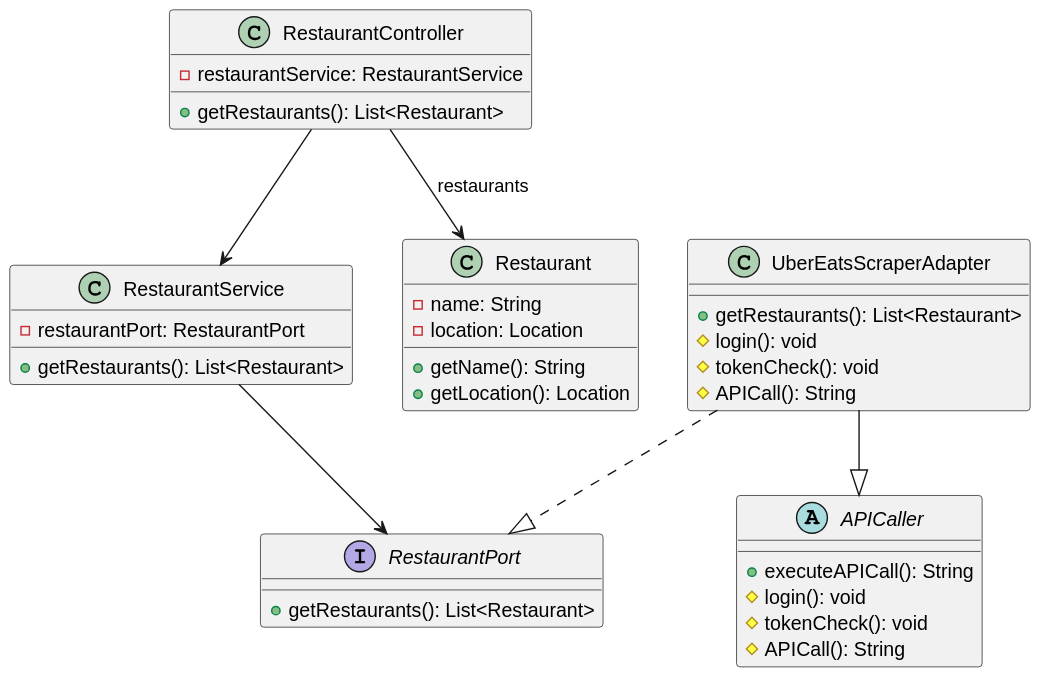
This is software-guidebook/ontwerpvraag-eva/class-diagram-eva.svg from AIM-ENE-feb25/triptop-beca, a PlantUML export, as it was before one commit.
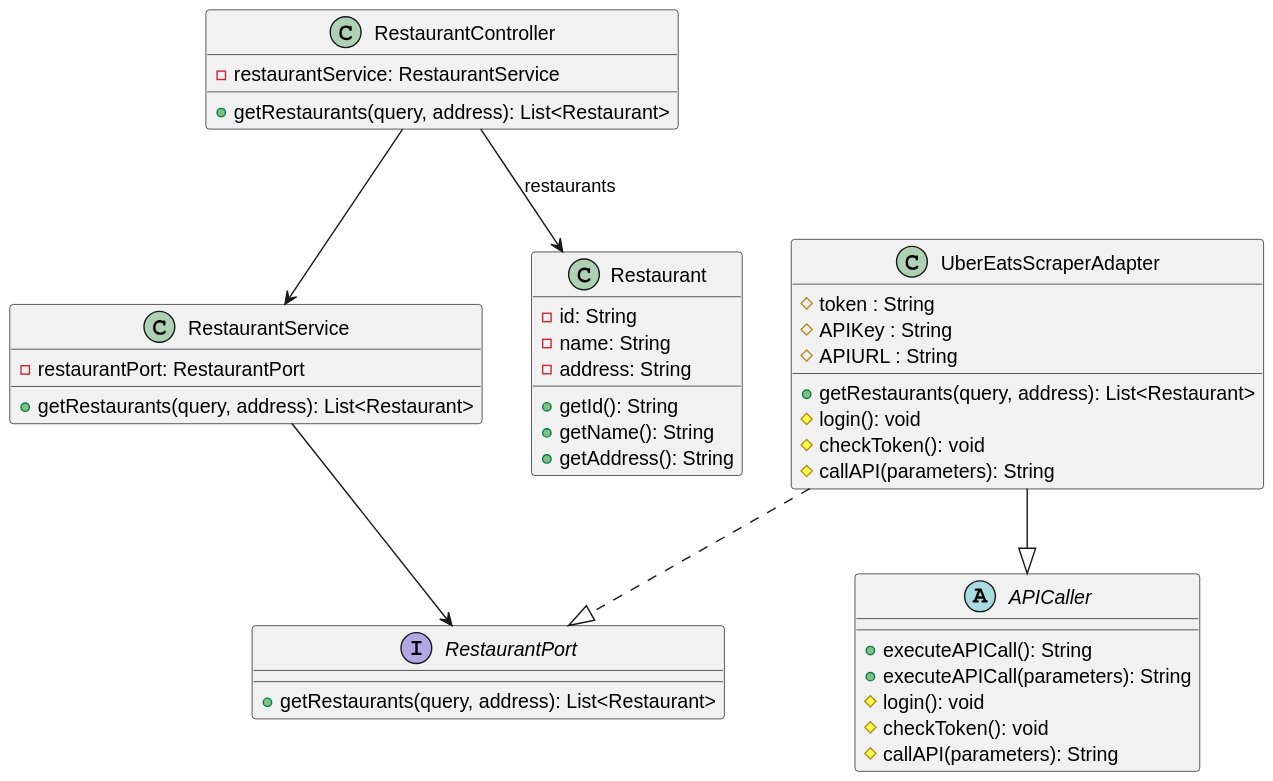
Above is the later version.

Diff of the diagram source:
```diff
@@ -3,38 +3,45 @@
 class RestaurantController {
 - restaurantService: RestaurantService
 
-+ getRestaurants(): List<Restaurant>
++ getRestaurants(query, address): List<Restaurant>
 }
 
 class RestaurantService {
 - restaurantPort: RestaurantPort
 
-+ getRestaurants(): List<Restaurant>
++ getRestaurants(query, address): List<Restaurant>
 }
 
 abstract class APICaller {
 + executeAPICall(): String
++ executeAPICall(parameters): String
 # login(): void
-# tokenCheck(): void
-# APICall(): String
+# checkToken(): void
+# callAPI(parameters): String
 }
 
 interface RestaurantPort {
-+ getRestaurants(): List<Restaurant>
++ getRestaurants(query, address): List<Restaurant>
 }
 
 class UberEatsScraperAdapter {
-+ getRestaurants(): List<Restaurant>
+# token : String
+# APIKey : String
+# APIURL : String
+
++ getRestaurants(query, address): List<Restaurant>
 # login(): void
-# tokenCheck(): void
-# APICall(): String
+# checkToken(): void
+# callAPI(parameters): String
 }
 
 class Restaurant {
+- id: String
 - name: String
-- location: Location
+- address: String
++ getId(): String
 + getName(): String
-+ getLocation(): Location
++ getAddress(): String
 }
 
 RestaurantController --> RestaurantService
```
